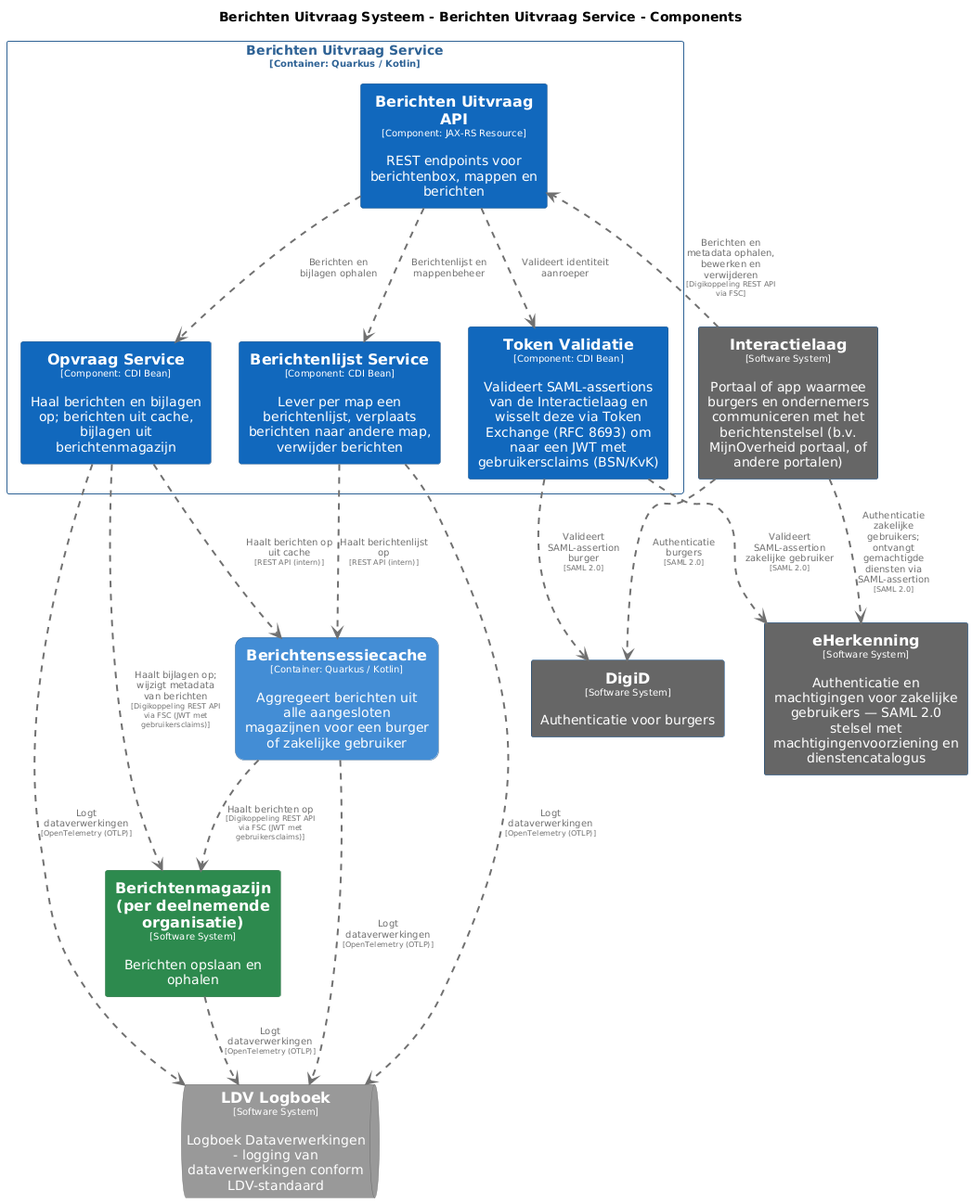
This is pr-preview/pr-22/master/png/BerichtenUitvraagServiceComponenten.png from MinBZK/moza-poc-fbs-berichtenbox, a PlantUML export, as it was before one commit.
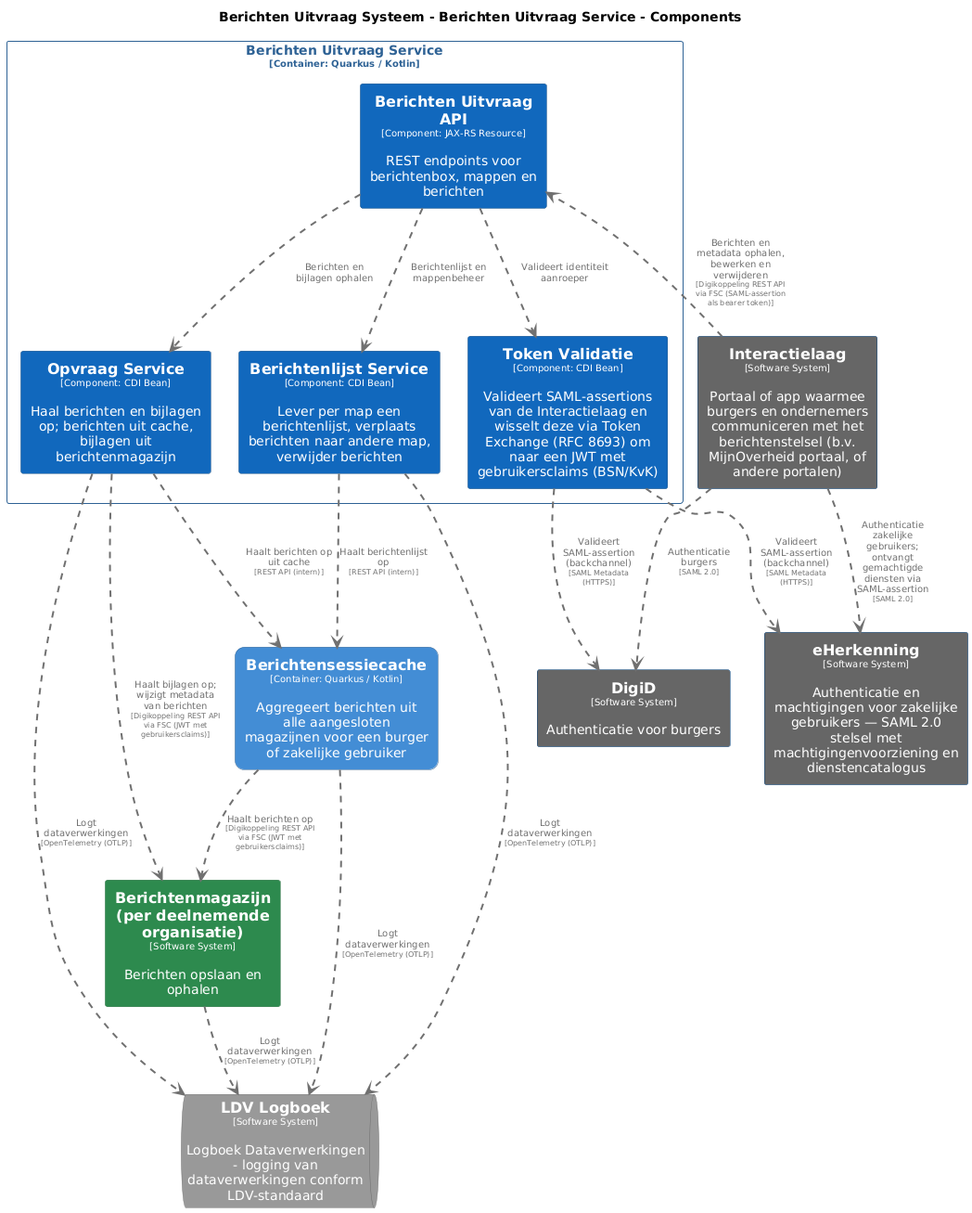
Later version of the same file.

The edit, as a diff of the source:
```diff
@@ -106,10 +106,10 @@
 BerichtenUitvraagSysteem.BerichtenUitvraagService.BerichtenUitvraagAPI .[#707070,thickness=2].> BerichtenUitvraagSysteem.BerichtenUitvraagService.OpvraagService : "<color:#707070>Berichten en bijlagen ophalen"
 BerichtenUitvraagSysteem.BerichtenUitvraagService.OpvraagService .[#707070,thickness=2].> BerichtenUitvraagSysteem.Berichtensessiecache : "<color:#707070>Haalt berichten op uit cache\n<color:#707070><size:8>[REST API (intern)]</size>"
 BerichtenUitvraagSysteem.BerichtenUitvraagService.BerichtenlijstService .[#707070,thickness=2].> BerichtenUitvraagSysteem.Berichtensessiecache : "<color:#707070>Haalt berichtenlijst op\n<color:#707070><size:8>[REST API (intern)]</size>"
-Interactielaag .[#707070,thickness=2].> BerichtenUitvraagSysteem.BerichtenUitvraagService.BerichtenUitvraagAPI : "<color:#707070>Berichten en metadata ophalen, bewerken en verwijderen\n<color:#707070><size:8>[Digikoppeling REST API via FSC]</size>"
+Interactielaag .[#707070,thickness=2].> BerichtenUitvraagSysteem.BerichtenUitvraagService.BerichtenUitvraagAPI : "<color:#707070>Berichten en metadata ophalen, bewerken en verwijderen\n<color:#707070><size:8>[Digikoppeling REST API via FSC (SAML-assertion als bearer token)]</size>"
 Interactielaag .[#707070,thickness=2].> DigiD : "<color:#707070>Authenticatie burgers\n<color:#707070><size:8>[SAML 2.0]</size>"
 Interactielaag .[#707070,thickness=2].> eHerkenning : "<color:#707070>Authenticatie zakelijke gebruikers; ontvangt gemachtigde diensten via SAML-assertion\n<color:#707070><size:8>[SAML 2.0]</size>"
-BerichtenUitvraagSysteem.BerichtenUitvraagService.TokenValidatie .[#707070,thickness=2].> eHerkenning : "<color:#707070>Valideert SAML-assertion zakelijke gebruiker\n<color:#707070><size:8>[SAML 2.0]</size>"
-BerichtenUitvraagSysteem.BerichtenUitvraagService.TokenValidatie .[#707070,thickness=2].> DigiD : "<color:#707070>Valideert SAML-assertion burger\n<color:#707070><size:8>[SAML 2.0]</size>"
+BerichtenUitvraagSysteem.BerichtenUitvraagService.TokenValidatie .[#707070,thickness=2].> eHerkenning : "<color:#707070>Valideert SAML-assertion (backchannel)\n<color:#707070><size:8>[SAML Metadata (HTTPS)]</size>"
+BerichtenUitvraagSysteem.BerichtenUitvraagService.TokenValidatie .[#707070,thickness=2].> DigiD : "<color:#707070>Valideert SAML-assertion (backchannel)\n<color:#707070><size:8>[SAML Metadata (HTTPS)]</size>"
 BerichtenUitvraagSysteem.BerichtenUitvraagService.OpvraagService .[#707070,thickness=2].> Berichtenmagazijnperdeelnemendeorganisatie : "<color:#707070>Haalt bijlagen op; wijzigt metadata van berichten\n<color:#707070><size:8>[Digikoppeling REST API via FSC (JWT met gebruikersclaims)]</size>"
 @enduml
```
